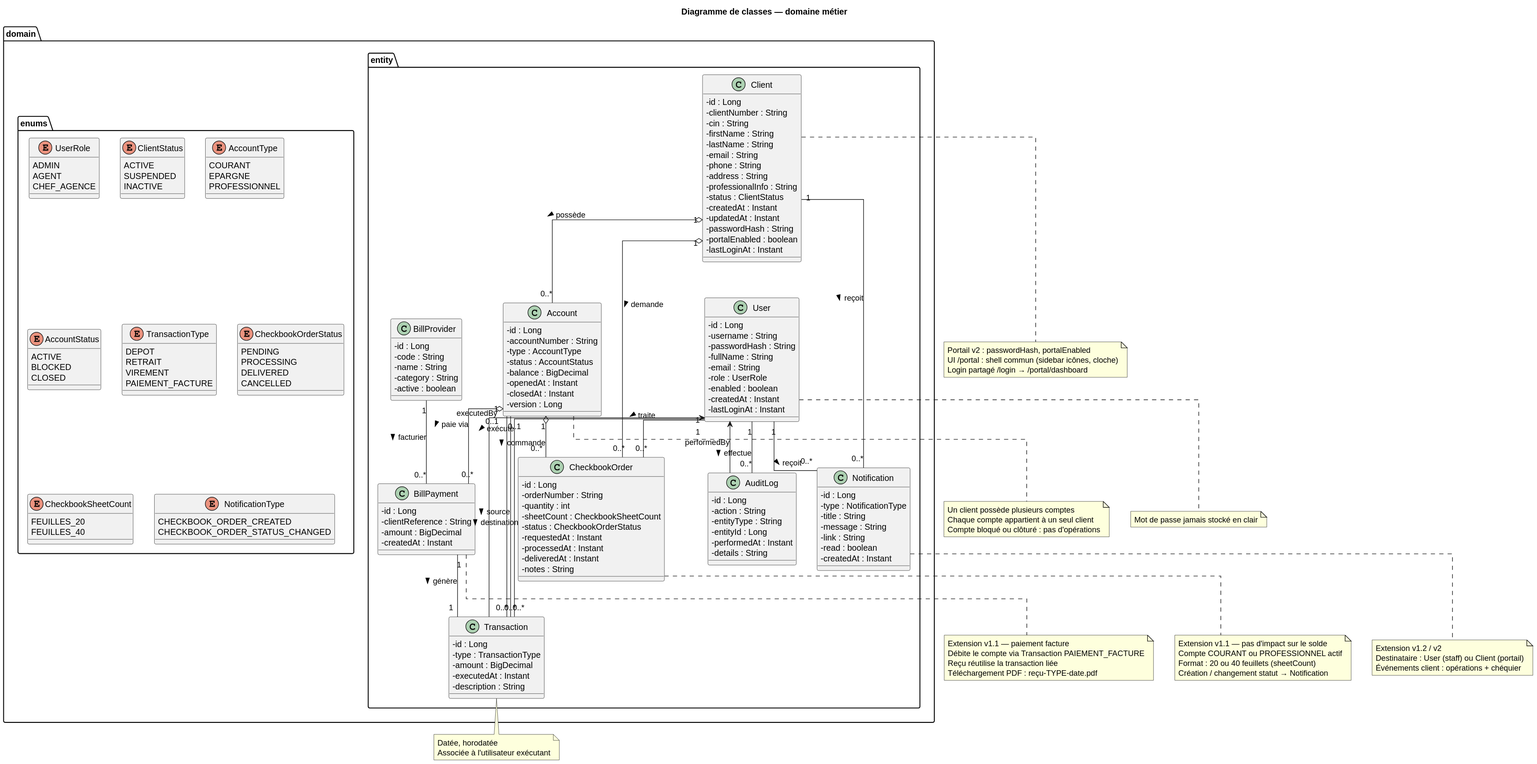
This is documentation/overleaf/images/diagramme-classes.svg from aminabensouda106-gif/banque1, a PlantUML export, as it was before one commit. Source of this version:
```plantuml
@startuml
skinparam shadowing false
skinparam classAttributeIconSize 0
skinparam linetype ortho

title Diagramme de classes — domaine métier

package "domain.enums" {
  enum UserRole {
    ADMIN
    AGENT
    CHEF_AGENCE
  }
  enum ClientStatus {
    ACTIVE
    SUSPENDED
    INACTIVE
  }
  enum AccountType {
    COURANT
    EPARGNE
    PROFESSIONNEL
  }
  enum AccountStatus {
    ACTIVE
    BLOCKED
    CLOSED
  }
  enum TransactionType {
    DEPOT
    RETRAIT
    VIREMENT
    PAIEMENT_FACTURE
  }
  enum CheckbookOrderStatus {
    PENDING
    PROCESSING
    DELIVERED
    CANCELLED
  }
  enum CheckbookSheetCount {
    FEUILLES_20
    FEUILLES_40
  }
  enum NotificationType {
    CHECKBOOK_ORDER_CREATED
    CHECKBOOK_ORDER_STATUS_CHANGED
  }
}

package "domain.entity" {

  class User {
    - id : Long
    - username : String
    - passwordHash : String
    - fullName : String
    - email : String
    - role : UserRole
    - enabled : boolean
    - createdAt : Instant
    - lastLoginAt : Instant
  }

  class Client {
    - id : Long
    - clientNumber : String
    - cin : String
    - firstName : String
    - lastName : String
    - email : String
    - phone : String
    - address : String
    - professionalInfo : String
    - status : ClientStatus
    - createdAt : Instant
    - updatedAt : Instant
    - passwordHash : String
    - portalEnabled : boolean
    - lastLoginAt : Instant
  }

  class Account {
    - id : Long
    - accountNumber : String
    - type : AccountType
    - status : AccountStatus
    - balance : BigDecimal
    - openedAt : Instant
    - closedAt : Instant
    - version : Long
  }

  class Transaction {
    - id : Long
    - type : TransactionType
    - amount : BigDecimal
    - executedAt : Instant
    - description : String
  }

  class BillProvider {
    - id : Long
    - code : String
    - name : String
    - category : String
    - active : boolean
  }

  class BillPayment {
    - id : Long
    - clientReference : String
    - amount : BigDecimal
    - createdAt : Instant
  }

  class CheckbookOrder {
    - id : Long
    - orderNumber : String
    - quantity : int
    - sheetCount : CheckbookSheetCount
    - status : CheckbookOrderStatus
    - requestedAt : Instant
    - processedAt : Instant
    - deliveredAt : Instant
    - notes : String
  }

  class AuditLog {
    - id : Long
    - action : String
    - entityType : String
    - entityId : Long
    - performedAt : Instant
    - details : String
  }

  class Notification {
    - id : Long
    - type : NotificationType
    - title : String
    - message : String
    - link : String
    - read : boolean
    - createdAt : Instant
  }
}

Client "1" o-- "0..*" Account : possède >
Client "1" o-- "0..*" CheckbookOrder : demande >
Client "1" -- "0..*" Notification : reçoit >
User "1" -- "0..*" Transaction : exécute >
User "1" -- "0..*" CheckbookOrder : traite >
User "1" -- "0..*" AuditLog : effectue >
User "1" -- "0..*" Notification : reçoit >
Account "0..1" -- "0..*" Transaction : source >
Account "0..1" -- "0..*" Transaction : destination >
Account "1" o-- "0..*" BillPayment : paie via >
Account "1" o-- "0..*" CheckbookOrder : commande >
BillProvider "1" -- "0..*" BillPayment : facturier >
BillPayment "1" -- "1" Transaction : génère >
Transaction --> User : executedBy
AuditLog --> User : performedBy

note bottom of Account
  Un client possède plusieurs comptes
  Chaque compte appartient à un seul client
  Compte bloqué ou clôturé : pas d'opérations
end note

note bottom of BillPayment
  Extension v1.1 — paiement facture
  Débite le compte via Transaction PAIEMENT_FACTURE
  Reçu réutilise la transaction liée
  Téléchargement PDF : reçu-TYPE-date.pdf
end note

note bottom of CheckbookOrder
  Extension v1.1 — pas d'impact sur le solde
  Compte COURANT ou PROFESSIONNEL actif
  Format : 20 ou 40 feuillets (sheetCount)
  Création / changement statut → Notification
end note

note bottom of Notification
  Extension v1.2 / v2
  Destinataire : User (staff) ou Client (portail)
  Événements client : opérations + chéquier
end note

note bottom of Transaction
  Datée, horodatée
  Associée à l'utilisateur exécutant
end note

note bottom of Client
  Portail v2 : passwordHash, portalEnabled
  UI /portal : shell commun (sidebar icônes, cloche)
  Login partagé /login → /portal/dashboard
end note

note bottom of User
  Mot de passe jamais stocké en clair
end note
@enduml
```
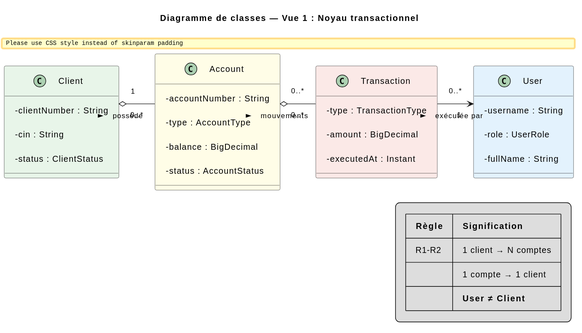
After the commit.

Diff of the diagram source:
```diff
@@ -1,205 +1,61 @@
 @startuml
+top to bottom direction
+
 skinparam shadowing false
 skinparam classAttributeIconSize 0
+skinparam nodesep 60
+skinparam ranksep 50
+skinparam defaultFontSize 14
+skinparam classFontSize 14
+skinparam ArrowFontSize 12
 skinparam linetype ortho
+skinparam Padding 12
+skinparam minClassWidth 160
 
-title Diagramme de classes — domaine métier
+title Diagramme de classes — Vue 1 : Noyau transactionnel
 
-package "domain.enums" {
-  enum UserRole {
-    ADMIN
-    AGENT
-    CHEF_AGENCE
-  }
-  enum ClientStatus {
-    ACTIVE
-    SUSPENDED
-    INACTIVE
-  }
-  enum AccountType {
-    COURANT
-    EPARGNE
-    PROFESSIONNEL
-  }
-  enum AccountStatus {
-    ACTIVE
-    BLOCKED
-    CLOSED
-  }
-  enum TransactionType {
-    DEPOT
-    RETRAIT
-    VIREMENT
-    PAIEMENT_FACTURE
-  }
-  enum CheckbookOrderStatus {
-    PENDING
-    PROCESSING
-    DELIVERED
-    CANCELLED
-  }
-  enum CheckbookSheetCount {
-    FEUILLES_20
-    FEUILLES_40
-  }
-  enum NotificationType {
-    CHECKBOOK_ORDER_CREATED
-    CHECKBOOK_ORDER_STATUS_CHANGED
-  }
+skinparam class {
+  BackgroundColor #FAFAFA
+  BorderColor #333333
 }
 
-package "domain.entity" {
-
-  class User {
-    - id : Long
-    - username : String
-    - passwordHash : String
-    - fullName : String
-    - email : String
-    - role : UserRole
-    - enabled : boolean
-    - createdAt : Instant
-    - lastLoginAt : Instant
-  }
-
-  class Client {
-    - id : Long
-    - clientNumber : String
-    - cin : String
-    - firstName : String
-    - lastName : String
-    - email : String
-    - phone : String
-    - address : String
-    - professionalInfo : String
-    - status : ClientStatus
-    - createdAt : Instant
-    - updatedAt : Instant
-    - passwordHash : String
-    - portalEnabled : boolean
-    - lastLoginAt : Instant
-  }
-
-  class Account {
-    - id : Long
-    - accountNumber : String
-    - type : AccountType
-    - status : AccountStatus
-    - balance : BigDecimal
-    - openedAt : Instant
-    - closedAt : Instant
-    - version : Long
-  }
-
-  class Transaction {
-    - id : Long
-    - type : TransactionType
-    - amount : BigDecimal
-    - executedAt : Instant
-    - description : String
-  }
-
-  class BillProvider {
-    - id : Long
-    - code : String
-    - name : String
-    - category : String
-    - active : boolean
-  }
-
-  class BillPayment {
-    - id : Long
-    - clientReference : String
-    - amount : BigDecimal
-    - createdAt : Instant
-  }
-
-  class CheckbookOrder {
-    - id : Long
-    - orderNumber : String
-    - quantity : int
-    - sheetCount : CheckbookSheetCount
-    - status : CheckbookOrderStatus
-    - requestedAt : Instant
-    - processedAt : Instant
-    - deliveredAt : Instant
-    - notes : String
-  }
-
-  class AuditLog {
-    - id : Long
-    - action : String
-    - entityType : String
-    - entityId : Long
-    - performedAt : Instant
-    - details : String
-  }
-
-  class Notification {
-    - id : Long
-    - type : NotificationType
-    - title : String
-    - message : String
-    - link : String
-    - read : boolean
-    - createdAt : Instant
-  }
+class Client #E8F5E9 {
+  - clientNumber : String
+  - cin : String
+  - status : ClientStatus
 }
 
+class Account #FFFDE7 {
+  - accountNumber : String
+  - type : AccountType
+  - balance : BigDecimal
+  - status : AccountStatus
+}
+
+class Transaction #FBE9E7 {
+  - type : TransactionType
+  - amount : BigDecimal
+  - executedAt : Instant
+}
+
+class User #E3F2FD {
+  - username : String
+  - role : UserRole
+  - fullName : String
+}
+
+Client -[hidden]right- Account
+Account -[hidden]right- Transaction
+Transaction -[hidden]right- User
+
 Client "1" o-- "0..*" Account : possède >
-Client "1" o-- "0..*" CheckbookOrder : demande >
-Client "1" -- "0..*" Notification : reçoit >
-User "1" -- "0..*" Transaction : exécute >
-User "1" -- "0..*" CheckbookOrder : traite >
-User "1" -- "0..*" AuditLog : effectue >
-User "1" -- "0..*" Notification : reçoit >
-Account "0..1" -- "0..*" Transaction : source >
-Account "0..1" -- "0..*" Transaction : destination >
-Account "1" o-- "0..*" BillPayment : paie via >
-Account "1" o-- "0..*" CheckbookOrder : commande >
-BillProvider "1" -- "0..*" BillPayment : facturier >
-BillPayment "1" -- "1" Transaction : génère >
-Transaction --> User : executedBy
-AuditLog --> User : performedBy
+Account "0..*" o-- "0..*" Transaction : mouvements >
+Transaction "0..*" --> "1" User : exécutée par >
 
-note bottom of Account
-  Un client possède plusieurs comptes
-  Chaque compte appartient à un seul client
-  Compte bloqué ou clôturé : pas d'opérations
-end note
-
-note bottom of BillPayment
-  Extension v1.1 — paiement facture
-  Débite le compte via Transaction PAIEMENT_FACTURE
-  Reçu réutilise la transaction liée
-  Téléchargement PDF : reçu-TYPE-date.pdf
-end note
-
-note bottom of CheckbookOrder
-  Extension v1.1 — pas d'impact sur le solde
-  Compte COURANT ou PROFESSIONNEL actif
-  Format : 20 ou 40 feuillets (sheetCount)
-  Création / changement statut → Notification
-end note
-
-note bottom of Notification
-  Extension v1.2 / v2
-  Destinataire : User (staff) ou Client (portail)
-  Événements client : opérations + chéquier
-end note
-
-note bottom of Transaction
-  Datée, horodatée
-  Associée à l'utilisateur exécutant
-end note
-
-note bottom of Client
-  Portail v2 : passwordHash, portalEnabled
-  UI /portal : shell commun (sidebar icônes, cloche)
-  Login partagé /login → /portal/dashboard
-end note
-
-note bottom of User
-  Mot de passe jamais stocké en clair
-end note
+legend right
+  |= Règle |= Signification |
+  | R1-R2 | 1 client → N comptes |
+  | | 1 compte → 1 client |
+  | | **User ≠ Client** |
+endlegend
 @enduml
```
